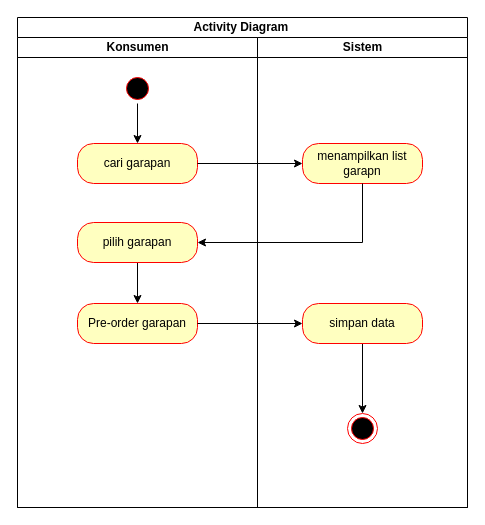
Before: preorder garapan.drawio in zzarr/Project3-design-diagram, a draw.io diagram. Source tidied: cells renumbered, new cells numbered last; positions are measured from the earlier drawing's top-left corner, leaving out a move shared by most shapes. Both pictures are drawn from the tidied source at 100%, with x=0, y=0 at pixel (17, 17).
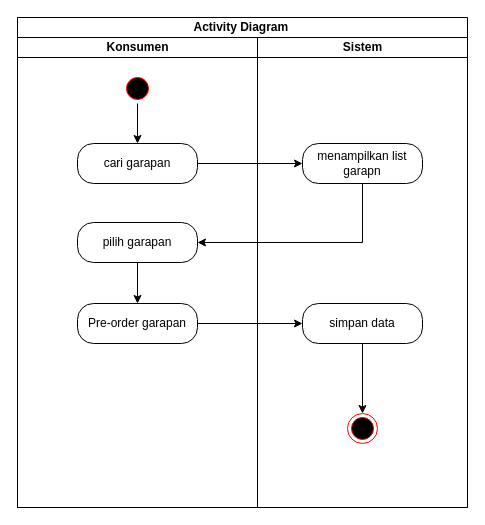
Above is the later version.

Diff of the diagram source:
```diff
@@
 <mxGraphModel>
   <root>
     <mxCell id="0" />
     <mxCell id="1" parent="0" />
     <mxCell id="2" value="Activity Diagram&amp;nbsp;" style="swimlane;startSize=20;html=1;" parent="1" vertex="1">
       <mxGeometry width="450" height="490" as="geometry" />
     </mxCell>
     <mxCell id="3" value="Konsumen" style="swimlane;startSize=20;html=1;" parent="2" vertex="1">
       <mxGeometry y="20" width="240" height="470" as="geometry" />
     </mxCell>
     <mxCell id="4" style="edgeStyle=orthogonalEdgeStyle;rounded=0;jettySize=auto;html=1;exitX=0.5;exitY=1;exitDx=0;exitDy=0;entryX=0.5;entryY=0;entryDx=0;entryDy=0;" parent="3" edge="1" source="5" target="6">
       <mxGeometry relative="1" as="geometry" />
     </mxCell>
     <mxCell id="5" style="ellipse;html=1;shape=startState;fillColor=#000000;strokeColor=#ff0000;" parent="3" vertex="1">
       <mxGeometry x="105" y="36" width="30" height="30" as="geometry" />
     </mxCell>
-    <mxCell id="6" value="cari garapan" style="rounded=1;whiteSpace=wrap;html=1;arcSize=40;fontColor=#000000;fillColor=#ffffc0;strokeColor=#ff0000;" parent="3" vertex="1">
+    <mxCell id="6" value="cari garapan" style="rounded=1;whiteSpace=wrap;html=1;arcSize=40;" parent="3" vertex="1">
       <mxGeometry x="60" y="106" width="120" height="40" as="geometry" />
     </mxCell>
     <mxCell id="7" style="edgeStyle=orthogonalEdgeStyle;rounded=0;jettySize=auto;html=1;exitX=0.5;exitY=1;exitDx=0;exitDy=0;entryX=0.5;entryY=0;entryDx=0;entryDy=0;" parent="3" edge="1" source="8" target="9">
       <mxGeometry relative="1" as="geometry" />
     </mxCell>
-    <mxCell id="8" value="pilih garapan" style="rounded=1;whiteSpace=wrap;html=1;arcSize=40;fontColor=#000000;fillColor=#ffffc0;strokeColor=#ff0000;" parent="3" vertex="1">
+    <mxCell id="8" value="pilih garapan" style="rounded=1;whiteSpace=wrap;html=1;arcSize=40;" parent="3" vertex="1">
       <mxGeometry x="60" y="185" width="120" height="40" as="geometry" />
     </mxCell>
-    <mxCell id="9" value="Pre-order garapan" style="rounded=1;whiteSpace=wrap;html=1;arcSize=40;fontColor=#000000;fillColor=#ffffc0;strokeColor=#ff0000;" parent="3" vertex="1">
+    <mxCell id="9" value="Pre-order garapan" style="rounded=1;whiteSpace=wrap;html=1;arcSize=40;" parent="3" vertex="1">
       <mxGeometry x="60" y="266" width="120" height="40" as="geometry" />
     </mxCell>
     <mxCell id="10" value="Sistem" style="swimlane;startSize=20;html=1;" parent="2" vertex="1">
       <mxGeometry x="240" y="20" width="210" height="470" as="geometry" />
     </mxCell>
-    <mxCell id="11" value="menampilkan list garapn" style="rounded=1;whiteSpace=wrap;html=1;arcSize=40;fontColor=#000000;fillColor=#ffffc0;strokeColor=#ff0000;" parent="10" vertex="1">
+    <mxCell id="11" value="menampilkan list garapn" style="rounded=1;whiteSpace=wrap;html=1;arcSize=40;" parent="10" vertex="1">
       <mxGeometry x="45" y="106" width="120" height="40" as="geometry" />
     </mxCell>
     <mxCell id="12" style="edgeStyle=orthogonalEdgeStyle;rounded=0;jettySize=auto;html=1;exitX=0.5;exitY=1;exitDx=0;exitDy=0;entryX=0.5;entryY=0;entryDx=0;entryDy=0;" parent="10" edge="1" source="13" target="14">
       <mxGeometry relative="1" as="geometry" />
     </mxCell>
-    <mxCell id="13" value="simpan data" style="rounded=1;whiteSpace=wrap;html=1;arcSize=40;fontColor=#000000;fillColor=#ffffc0;strokeColor=#ff0000;" parent="10" vertex="1">
+    <mxCell id="13" value="simpan data" style="rounded=1;whiteSpace=wrap;html=1;arcSize=40;" parent="10" vertex="1">
       <mxGeometry x="45" y="266" width="120" height="40" as="geometry" />
     </mxCell>
     <mxCell id="14" style="ellipse;html=1;shape=endState;fillColor=#000000;strokeColor=#ff0000;" parent="10" vertex="1">
       <mxGeometry x="90" y="376" width="30" height="30" as="geometry" />
     </mxCell>
     <mxCell id="15" style="edgeStyle=orthogonalEdgeStyle;rounded=0;jettySize=auto;html=1;exitX=1;exitY=0.5;exitDx=0;exitDy=0;entryX=0;entryY=0.5;entryDx=0;entryDy=0;" parent="2" edge="1" source="6" target="11">
       <mxGeometry relative="1" as="geometry" />
     </mxCell>
     <mxCell id="16" style="edgeStyle=orthogonalEdgeStyle;rounded=0;jettySize=auto;html=1;exitX=0.5;exitY=1;exitDx=0;exitDy=0;entryX=1;entryY=0.5;entryDx=0;entryDy=0;" parent="2" edge="1" source="11" target="8">
       <mxGeometry relative="1" as="geometry" />
     </mxCell>
     <mxCell id="17" style="edgeStyle=orthogonalEdgeStyle;rounded=0;jettySize=auto;html=1;exitX=1;exitY=0.5;exitDx=0;exitDy=0;entryX=0;entryY=0.5;entryDx=0;entryDy=0;" parent="2" edge="1" source="9" target="13">
       <mxGeometry relative="1" as="geometry" />
     </mxCell>
   </root>
 </mxGraphModel>
```
